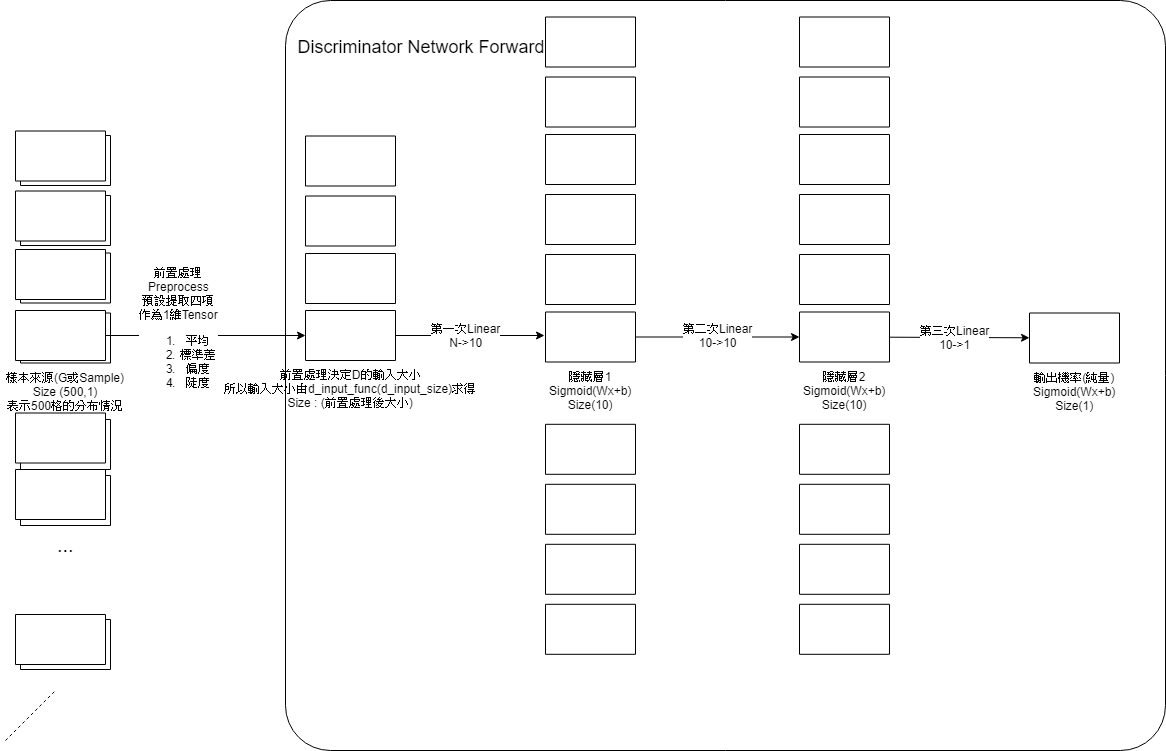
Before: images/discriminator.png, a diagram exported from draw.io (NawaNae/pytorch-generative-adversarial-networks). Source tidied: cells renumbered, new cells last; positions are measured from the earlier drawing's top-left corner, leaving out a move shared by most shapes. Source of this version:
```xml
<mxGraphModel>
  <root>
    <mxCell id="0" />
    <mxCell id="1" parent="0" />
    <mxCell id="2" style="rounded=1;whiteSpace=wrap;html=1;arcSize=6;" parent="1" vertex="1">
      <mxGeometry x="285" width="880" height="750" as="geometry" />
    </mxCell>
    <mxCell id="3" style="group;" parent="1" vertex="1">
      <mxGeometry y="185" width="120" height="80" as="geometry" />
    </mxCell>
    <mxCell id="4" style="verticalLabelPosition=bottom;verticalAlign=top;html=1;shape=mxgraph.basic.rect;fillColor=#ffffff;fillColor2=none;strokeColor=#000000;strokeWidth=1;size=20;indent=5;" parent="1" vertex="1">
      <mxGeometry x="20" y="135" width="90" height="50" as="geometry" />
    </mxCell>
    <mxCell id="5" style="verticalLabelPosition=bottom;verticalAlign=top;html=1;shape=mxgraph.basic.rect;fillColor=#ffffff;fillColor2=none;strokeColor=#000000;strokeWidth=1;size=20;indent=5;" parent="1" vertex="1">
      <mxGeometry x="20" y="195" width="90" height="50" as="geometry" />
    </mxCell>
    <mxCell id="6" style="verticalLabelPosition=bottom;verticalAlign=top;html=1;shape=mxgraph.basic.rect;fillColor=#ffffff;fillColor2=none;strokeColor=#000000;strokeWidth=1;size=20;indent=5;" parent="1" vertex="1">
      <mxGeometry x="20" y="252.5" width="90" height="50" as="geometry" />
    </mxCell>
    <mxCell id="7" value="樣本來源(G或Sample)&lt;br&gt;Size (500,1)&lt;br&gt;表示500格的分布情況&lt;br&gt;" style="verticalLabelPosition=bottom;verticalAlign=top;html=1;shape=mxgraph.basic.rect;fillColor=#ffffff;fillColor2=none;strokeColor=#000000;strokeWidth=1;size=20;indent=5;" parent="1" vertex="1">
      <mxGeometry x="20" y="312.5" width="90" height="50" as="geometry" />
    </mxCell>
    <mxCell id="8" style="verticalLabelPosition=bottom;verticalAlign=top;html=1;shape=mxgraph.basic.rect;fillColor=#ffffff;fillColor2=none;strokeColor=#000000;strokeWidth=1;size=20;indent=5;" parent="1" vertex="1">
      <mxGeometry x="20" y="419" width="90" height="50" as="geometry" />
    </mxCell>
    <mxCell id="9" value="&lt;font style=&quot;font-size: 20px&quot;&gt;...&lt;br&gt;&lt;br&gt;&lt;/font&gt;" style="verticalLabelPosition=bottom;verticalAlign=top;html=1;shape=mxgraph.basic.rect;fillColor=#ffffff;fillColor2=none;strokeColor=#000000;strokeWidth=1;size=20;indent=5;" parent="1" vertex="1">
      <mxGeometry x="20" y="475" width="90" height="50" as="geometry" />
    </mxCell>
    <mxCell id="10" style="verticalLabelPosition=bottom;verticalAlign=top;html=1;shape=mxgraph.basic.rect;fillColor=#ffffff;fillColor2=none;strokeColor=#000000;strokeWidth=1;size=20;indent=5;" parent="1" vertex="1">
      <mxGeometry x="20" y="619" width="90" height="50" as="geometry" />
    </mxCell>
    <mxCell id="11" style="edgeStyle=orthogonalEdgeStyle;rounded=0;jettySize=auto;html=1;entryX=-0.013;entryY=0.474;entryDx=0;entryDy=0;entryPerimeter=0;" parent="1" edge="1" source="13" target="21">
      <mxGeometry relative="1" as="geometry" />
    </mxCell>
    <mxCell id="12" value="第一次Linear&lt;br&gt;N-&amp;gt;10&lt;br&gt;" style="text;html=1;align=center;verticalAlign=middle;labelBackgroundColor=#ffffff;" parent="11" vertex="1">
      <mxGeometry x="-0.2" y="1" relative="1" as="geometry">
        <mxPoint x="11" y="0.5" as="offset" />
      </mxGeometry>
    </mxCell>
    <mxCell id="13" value="前置處理決定D的輸入大小&lt;br&gt;所以輸入大小由d_input_func(d_input_size)求得&lt;br&gt;Size : (前置處理後大小)" style="verticalLabelPosition=bottom;verticalAlign=top;html=1;shape=mxgraph.basic.rect;fillColor=#ffffff;fillColor2=none;strokeColor=#000000;strokeWidth=1;size=20;indent=5;" parent="1" vertex="1">
      <mxGeometry x="305" y="310" width="90" height="50" as="geometry" />
    </mxCell>
    <mxCell id="14" style="verticalLabelPosition=bottom;verticalAlign=top;html=1;shape=mxgraph.basic.rect;fillColor=#ffffff;fillColor2=none;strokeColor=#000000;strokeWidth=1;size=20;indent=5;" parent="1" vertex="1">
      <mxGeometry x="305" y="135.5" width="90" height="50" as="geometry" />
    </mxCell>
    <mxCell id="15" style="verticalLabelPosition=bottom;verticalAlign=top;html=1;shape=mxgraph.basic.rect;fillColor=#ffffff;fillColor2=none;strokeColor=#000000;strokeWidth=1;size=20;indent=5;" parent="1" vertex="1">
      <mxGeometry x="305" y="195.5" width="90" height="50" as="geometry" />
    </mxCell>
    <mxCell id="16" style="verticalLabelPosition=bottom;verticalAlign=top;html=1;shape=mxgraph.basic.rect;fillColor=#ffffff;fillColor2=none;strokeColor=#000000;strokeWidth=1;size=20;indent=5;" parent="1" vertex="1">
      <mxGeometry x="305" y="253" width="90" height="50" as="geometry" />
    </mxCell>
    <mxCell id="17" style="verticalLabelPosition=bottom;verticalAlign=top;html=1;shape=mxgraph.basic.rect;fillColor=#ffffff;fillColor2=none;strokeColor=#000000;strokeWidth=1;size=20;indent=5;" parent="1" vertex="1">
      <mxGeometry x="545" y="194" width="90" height="50" as="geometry" />
    </mxCell>
    <mxCell id="18" style="verticalLabelPosition=bottom;verticalAlign=top;html=1;shape=mxgraph.basic.rect;fillColor=#ffffff;fillColor2=none;strokeColor=#000000;strokeWidth=1;size=20;indent=5;" parent="1" vertex="1">
      <mxGeometry x="545" y="254" width="90" height="50" as="geometry" />
    </mxCell>
    <mxCell id="19" style="edgeStyle=orthogonalEdgeStyle;rounded=0;jettySize=auto;html=1;" parent="1" edge="1" source="21" target="33">
      <mxGeometry relative="1" as="geometry" />
    </mxCell>
    <mxCell id="20" value="第二次Linear&lt;br&gt;10-&amp;gt;10&lt;br&gt;" style="text;html=1;align=center;verticalAlign=middle;labelBackgroundColor=#ffffff;" parent="19" vertex="1">
      <mxGeometry x="-0.32" y="1" relative="1" as="geometry">
        <mxPoint x="26" y="-0.5" as="offset" />
      </mxGeometry>
    </mxCell>
    <mxCell id="21" value="隱藏層1&lt;br&gt;Sigmoid(Wx+b)&lt;br&gt;Size(10)&lt;br&gt;" style="verticalLabelPosition=bottom;verticalAlign=top;html=1;shape=mxgraph.basic.rect;fillColor=#ffffff;fillColor2=none;strokeColor=#000000;strokeWidth=1;size=20;indent=5;" parent="1" vertex="1">
      <mxGeometry x="545" y="311.5" width="90" height="50" as="geometry" />
    </mxCell>
    <mxCell id="22" style="verticalLabelPosition=bottom;verticalAlign=top;html=1;shape=mxgraph.basic.rect;fillColor=#ffffff;fillColor2=none;strokeColor=#000000;strokeWidth=1;size=20;indent=5;" parent="1" vertex="1">
      <mxGeometry x="545" y="16.5" width="90" height="50" as="geometry" />
    </mxCell>
    <mxCell id="23" style="verticalLabelPosition=bottom;verticalAlign=top;html=1;shape=mxgraph.basic.rect;fillColor=#ffffff;fillColor2=none;strokeColor=#000000;strokeWidth=1;size=20;indent=5;" parent="1" vertex="1">
      <mxGeometry x="545" y="76.5" width="90" height="50" as="geometry" />
    </mxCell>
    <mxCell id="24" style="verticalLabelPosition=bottom;verticalAlign=top;html=1;shape=mxgraph.basic.rect;fillColor=#ffffff;fillColor2=none;strokeColor=#000000;strokeWidth=1;size=20;indent=5;" parent="1" vertex="1">
      <mxGeometry x="545" y="134" width="90" height="50" as="geometry" />
    </mxCell>
    <mxCell id="25" style="verticalLabelPosition=bottom;verticalAlign=top;html=1;shape=mxgraph.basic.rect;fillColor=#ffffff;fillColor2=none;strokeColor=#000000;strokeWidth=1;size=20;indent=5;" parent="1" vertex="1">
      <mxGeometry x="545" y="423.8" width="90" height="50" as="geometry" />
    </mxCell>
    <mxCell id="26" style="verticalLabelPosition=bottom;verticalAlign=top;html=1;shape=mxgraph.basic.rect;fillColor=#ffffff;fillColor2=none;strokeColor=#000000;strokeWidth=1;size=20;indent=5;" parent="1" vertex="1">
      <mxGeometry x="545" y="483.8" width="90" height="50" as="geometry" />
    </mxCell>
    <mxCell id="27" style="verticalLabelPosition=bottom;verticalAlign=top;html=1;shape=mxgraph.basic.rect;fillColor=#ffffff;fillColor2=none;strokeColor=#000000;strokeWidth=1;size=20;indent=5;" parent="1" vertex="1">
      <mxGeometry x="545" y="543.8" width="90" height="50" as="geometry" />
    </mxCell>
    <mxCell id="28" style="verticalLabelPosition=bottom;verticalAlign=top;html=1;shape=mxgraph.basic.rect;fillColor=#ffffff;fillColor2=none;strokeColor=#000000;strokeWidth=1;size=20;indent=5;" parent="1" vertex="1">
      <mxGeometry x="545" y="603.8" width="90" height="50" as="geometry" />
    </mxCell>
    <mxCell id="29" style="verticalLabelPosition=bottom;verticalAlign=top;html=1;shape=mxgraph.basic.rect;fillColor=#ffffff;fillColor2=none;strokeColor=#000000;strokeWidth=1;size=20;indent=5;" parent="1" vertex="1">
      <mxGeometry x="799" y="194" width="90" height="50" as="geometry" />
    </mxCell>
    <mxCell id="30" style="verticalLabelPosition=bottom;verticalAlign=top;html=1;shape=mxgraph.basic.rect;fillColor=#ffffff;fillColor2=none;strokeColor=#000000;strokeWidth=1;size=20;indent=5;" parent="1" vertex="1">
      <mxGeometry x="799" y="254" width="90" height="50" as="geometry" />
    </mxCell>
    <mxCell id="31" style="rounded=0;jettySize=auto;html=1;" parent="1" edge="1" source="33" target="41">
      <mxGeometry relative="1" as="geometry" />
    </mxCell>
    <mxCell id="32" value="第三次Linear&lt;br&gt;10-&amp;gt;1&lt;br&gt;" style="text;html=1;align=center;verticalAlign=middle;labelBackgroundColor=#ffffff;" parent="31" vertex="1">
      <mxGeometry x="-0.32" y="-2" relative="1" as="geometry">
        <mxPoint x="18.5" y="-1.5" as="offset" />
      </mxGeometry>
    </mxCell>
    <mxCell id="33" value="隱藏層2&lt;br&gt;Sigmoid(Wx+b)&lt;br&gt;Size(10)&lt;br&gt;" style="verticalLabelPosition=bottom;verticalAlign=top;html=1;shape=mxgraph.basic.rect;fillColor=#ffffff;fillColor2=none;strokeColor=#000000;strokeWidth=1;size=20;indent=5;" parent="1" vertex="1">
      <mxGeometry x="799" y="311.5" width="90" height="50" as="geometry" />
    </mxCell>
    <mxCell id="34" style="verticalLabelPosition=bottom;verticalAlign=top;html=1;shape=mxgraph.basic.rect;fillColor=#ffffff;fillColor2=none;strokeColor=#000000;strokeWidth=1;size=20;indent=5;" parent="1" vertex="1">
      <mxGeometry x="799" y="16.5" width="90" height="50" as="geometry" />
    </mxCell>
    <mxCell id="35" style="verticalLabelPosition=bottom;verticalAlign=top;html=1;shape=mxgraph.basic.rect;fillColor=#ffffff;fillColor2=none;strokeColor=#000000;strokeWidth=1;size=20;indent=5;" parent="1" vertex="1">
      <mxGeometry x="799" y="76.5" width="90" height="50" as="geometry" />
    </mxCell>
    <mxCell id="36" style="verticalLabelPosition=bottom;verticalAlign=top;html=1;shape=mxgraph.basic.rect;fillColor=#ffffff;fillColor2=none;strokeColor=#000000;strokeWidth=1;size=20;indent=5;" parent="1" vertex="1">
      <mxGeometry x="799" y="134" width="90" height="50" as="geometry" />
    </mxCell>
    <mxCell id="37" style="verticalLabelPosition=bottom;verticalAlign=top;html=1;shape=mxgraph.basic.rect;fillColor=#ffffff;fillColor2=none;strokeColor=#000000;strokeWidth=1;size=20;indent=5;" parent="1" vertex="1">
      <mxGeometry x="799" y="423.8" width="90" height="50" as="geometry" />
    </mxCell>
    <mxCell id="38" style="verticalLabelPosition=bottom;verticalAlign=top;html=1;shape=mxgraph.basic.rect;fillColor=#ffffff;fillColor2=none;strokeColor=#000000;strokeWidth=1;size=20;indent=5;" parent="1" vertex="1">
      <mxGeometry x="799" y="483.8" width="90" height="50" as="geometry" />
    </mxCell>
    <mxCell id="39" style="verticalLabelPosition=bottom;verticalAlign=top;html=1;shape=mxgraph.basic.rect;fillColor=#ffffff;fillColor2=none;strokeColor=#000000;strokeWidth=1;size=20;indent=5;" parent="1" vertex="1">
      <mxGeometry x="799" y="543.8" width="90" height="50" as="geometry" />
    </mxCell>
    <mxCell id="40" style="verticalLabelPosition=bottom;verticalAlign=top;html=1;shape=mxgraph.basic.rect;fillColor=#ffffff;fillColor2=none;strokeColor=#000000;strokeWidth=1;size=20;indent=5;" parent="1" vertex="1">
      <mxGeometry x="799" y="603.8" width="90" height="50" as="geometry" />
    </mxCell>
    <mxCell id="41" value="輸出機率(純量)&lt;br&gt;Sigmoid(Wx+b)&lt;br&gt;Size(1)&lt;br&gt;" style="verticalLabelPosition=bottom;verticalAlign=top;html=1;shape=mxgraph.basic.rect;fillColor=#ffffff;fillColor2=none;strokeColor=#000000;strokeWidth=1;size=20;indent=5;" parent="1" vertex="1">
      <mxGeometry x="1029" y="312.5" width="90" height="50" as="geometry" />
    </mxCell>
    <mxCell id="42" style="verticalLabelPosition=bottom;verticalAlign=top;html=1;shape=mxgraph.basic.rect;fillColor=#ffffff;fillColor2=none;strokeColor=#000000;strokeWidth=1;size=20;indent=5;" parent="1" vertex="1">
      <mxGeometry x="15" y="614" width="90" height="50" as="geometry" />
    </mxCell>
    <mxCell id="43" style="verticalLabelPosition=bottom;verticalAlign=top;html=1;shape=mxgraph.basic.rect;fillColor=#ffffff;fillColor2=none;strokeColor=#000000;strokeWidth=1;size=20;indent=5;" parent="1" vertex="1">
      <mxGeometry x="15" y="469" width="90" height="50" as="geometry" />
    </mxCell>
    <mxCell id="44" style="verticalLabelPosition=bottom;verticalAlign=top;html=1;shape=mxgraph.basic.rect;fillColor=#ffffff;fillColor2=none;strokeColor=#000000;strokeWidth=1;size=20;indent=5;" parent="1" vertex="1">
      <mxGeometry x="15" y="412.5" width="90" height="50" as="geometry" />
    </mxCell>
    <mxCell id="45" style="edgeStyle=orthogonalEdgeStyle;rounded=0;jettySize=auto;html=1;entryX=-0.004;entryY=0.5;entryDx=0;entryDy=0;entryPerimeter=0;" parent="1" edge="1" source="47" target="13">
      <mxGeometry relative="1" as="geometry" />
    </mxCell>
    <mxCell id="46" value="&lt;span&gt;前置處理&lt;/span&gt;&lt;br&gt;&lt;span&gt;Preprocess&lt;/span&gt;&lt;br&gt;&lt;span&gt;預設提取四項&lt;/span&gt;&lt;br&gt;&lt;span&gt;作為1維Tensor&lt;/span&gt;&lt;br&gt;&lt;ol&gt;&lt;li&gt;平均&lt;/li&gt;&lt;li&gt;標準差&lt;/li&gt;&lt;li&gt;偏度&lt;/li&gt;&lt;li&gt;陡度&lt;/li&gt;&lt;/ol&gt;" style="text;html=1;align=center;verticalAlign=middle;labelBackgroundColor=#ffffff;" parent="45" vertex="1">
      <mxGeometry x="0.01" y="29" relative="1" as="geometry">
        <mxPoint x="-29" y="28" as="offset" />
      </mxGeometry>
    </mxCell>
    <mxCell id="47" style="verticalLabelPosition=bottom;verticalAlign=top;html=1;shape=mxgraph.basic.rect;fillColor=#ffffff;fillColor2=none;strokeColor=#000000;strokeWidth=1;size=20;indent=5;" parent="1" vertex="1">
      <mxGeometry x="15" y="310" width="90" height="50" as="geometry" />
    </mxCell>
    <mxCell id="48" style="verticalLabelPosition=bottom;verticalAlign=top;html=1;shape=mxgraph.basic.rect;fillColor=#ffffff;fillColor2=none;strokeColor=#000000;strokeWidth=1;size=20;indent=5;" parent="1" vertex="1">
      <mxGeometry x="15" y="249" width="90" height="50" as="geometry" />
    </mxCell>
    <mxCell id="49" style="verticalLabelPosition=bottom;verticalAlign=top;html=1;shape=mxgraph.basic.rect;fillColor=#ffffff;fillColor2=none;strokeColor=#000000;strokeWidth=1;size=20;indent=5;" parent="1" vertex="1">
      <mxGeometry x="15" y="190.5" width="90" height="50" as="geometry" />
    </mxCell>
    <mxCell id="50" style="verticalLabelPosition=bottom;verticalAlign=top;html=1;shape=mxgraph.basic.rect;fillColor=#ffffff;fillColor2=none;strokeColor=#000000;strokeWidth=1;size=20;indent=5;" parent="1" vertex="1">
      <mxGeometry x="15" y="130.5" width="90" height="50" as="geometry" />
    </mxCell>
    <mxCell id="51" value="&lt;font style=&quot;font-size: 18px&quot;&gt;Discriminator Network Forward&lt;/font&gt;" style="text;html=1;strokeColor=none;fillColor=none;align=center;verticalAlign=middle;whiteSpace=wrap;rounded=0;" parent="1" vertex="1">
      <mxGeometry x="285" y="16.5" width="270" height="60" as="geometry" />
    </mxCell>
    <mxCell id="52" style="endArrow=none;dashed=1;html=1;" parent="1" edge="1">
      <mxGeometry relative="1" as="geometry">
        <mxPoint x="5" y="740" as="sourcePoint" />
        <mxPoint x="55" y="690" as="targetPoint" />
      </mxGeometry>
    </mxCell>
  </root>
</mxGraphModel>
```
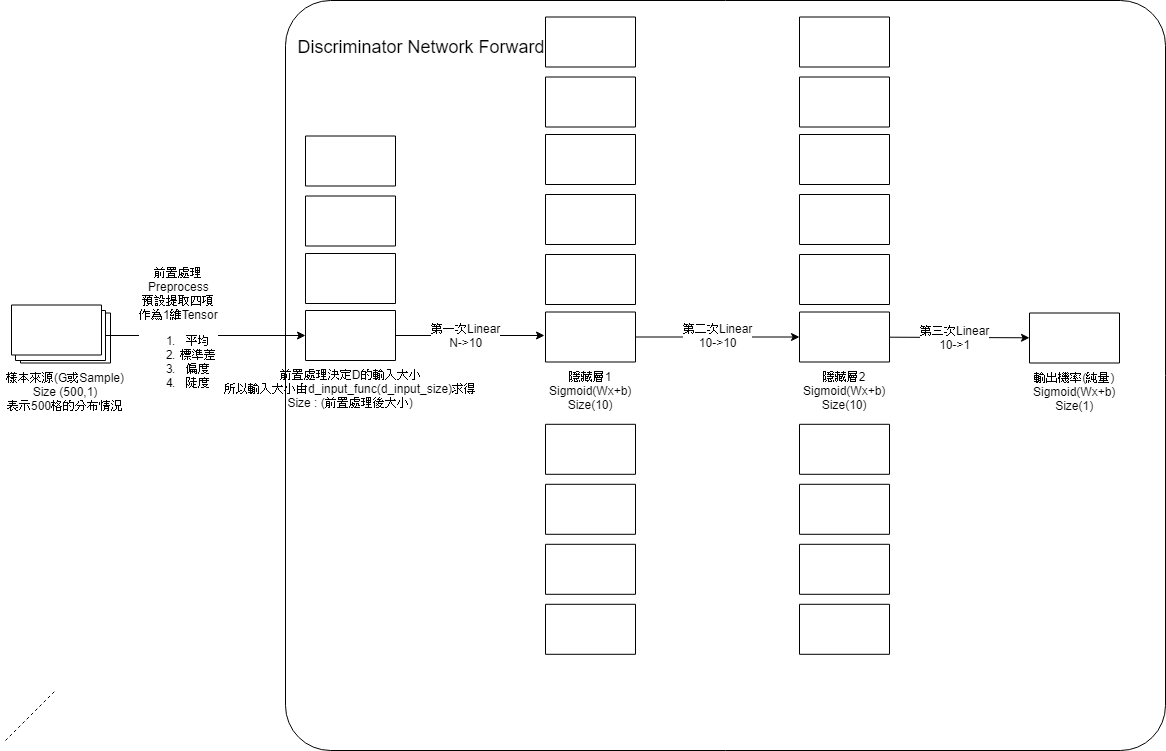
The same diagram one commit later.

Diff of the diagram source:
```diff
@@ -8,27 +8,9 @@
     <mxCell id="3" style="group;" parent="1" vertex="1">
       <mxGeometry y="185" width="120" height="80" as="geometry" />
     </mxCell>
-    <mxCell id="4" style="verticalLabelPosition=bottom;verticalAlign=top;html=1;shape=mxgraph.basic.rect;fillColor=#ffffff;fillColor2=none;strokeColor=#000000;strokeWidth=1;size=20;indent=5;" parent="1" vertex="1">
-      <mxGeometry x="20" y="135" width="90" height="50" as="geometry" />
-    </mxCell>
-    <mxCell id="5" style="verticalLabelPosition=bottom;verticalAlign=top;html=1;shape=mxgraph.basic.rect;fillColor=#ffffff;fillColor2=none;strokeColor=#000000;strokeWidth=1;size=20;indent=5;" parent="1" vertex="1">
-      <mxGeometry x="20" y="195" width="90" height="50" as="geometry" />
-    </mxCell>
-    <mxCell id="6" style="verticalLabelPosition=bottom;verticalAlign=top;html=1;shape=mxgraph.basic.rect;fillColor=#ffffff;fillColor2=none;strokeColor=#000000;strokeWidth=1;size=20;indent=5;" parent="1" vertex="1">
-      <mxGeometry x="20" y="252.5" width="90" height="50" as="geometry" />
-    </mxCell>
     <mxCell id="7" value="樣本來源(G或Sample)&lt;br&gt;Size (500,1)&lt;br&gt;表示500格的分布情況&lt;br&gt;" style="verticalLabelPosition=bottom;verticalAlign=top;html=1;shape=mxgraph.basic.rect;fillColor=#ffffff;fillColor2=none;strokeColor=#000000;strokeWidth=1;size=20;indent=5;" parent="1" vertex="1">
       <mxGeometry x="20" y="312.5" width="90" height="50" as="geometry" />
     </mxCell>
-    <mxCell id="8" style="verticalLabelPosition=bottom;verticalAlign=top;html=1;shape=mxgraph.basic.rect;fillColor=#ffffff;fillColor2=none;strokeColor=#000000;strokeWidth=1;size=20;indent=5;" parent="1" vertex="1">
-      <mxGeometry x="20" y="419" width="90" height="50" as="geometry" />
-    </mxCell>
-    <mxCell id="9" value="&lt;font style=&quot;font-size: 20px&quot;&gt;...&lt;br&gt;&lt;br&gt;&lt;/font&gt;" style="verticalLabelPosition=bottom;verticalAlign=top;html=1;shape=mxgraph.basic.rect;fillColor=#ffffff;fillColor2=none;strokeColor=#000000;strokeWidth=1;size=20;indent=5;" parent="1" vertex="1">
-      <mxGeometry x="20" y="475" width="90" height="50" as="geometry" />
-    </mxCell>
-    <mxCell id="10" style="verticalLabelPosition=bottom;verticalAlign=top;html=1;shape=mxgraph.basic.rect;fillColor=#ffffff;fillColor2=none;strokeColor=#000000;strokeWidth=1;size=20;indent=5;" parent="1" vertex="1">
-      <mxGeometry x="20" y="619" width="90" height="50" as="geometry" />
-    </mxCell>
     <mxCell id="11" style="edgeStyle=orthogonalEdgeStyle;rounded=0;jettySize=auto;html=1;entryX=-0.013;entryY=0.474;entryDx=0;entryDy=0;entryPerimeter=0;" parent="1" edge="1" source="13" target="21">
       <mxGeometry relative="1" as="geometry" />
     </mxCell>
@@ -128,15 +110,6 @@
     <mxCell id="41" value="輸出機率(純量)&lt;br&gt;Sigmoid(Wx+b)&lt;br&gt;Size(1)&lt;br&gt;" style="verticalLabelPosition=bottom;verticalAlign=top;html=1;shape=mxgraph.basic.rect;fillColor=#ffffff;fillColor2=none;strokeColor=#000000;strokeWidth=1;size=20;indent=5;" parent="1" vertex="1">
       <mxGeometry x="1029" y="312.5" width="90" height="50" as="geometry" />
     </mxCell>
-    <mxCell id="42" style="verticalLabelPosition=bottom;verticalAlign=top;html=1;shape=mxgraph.basic.rect;fillColor=#ffffff;fillColor2=none;strokeColor=#000000;strokeWidth=1;size=20;indent=5;" parent="1" vertex="1">
-      <mxGeometry x="15" y="614" width="90" height="50" as="geometry" />
-    </mxCell>
-    <mxCell id="43" style="verticalLabelPosition=bottom;verticalAlign=top;html=1;shape=mxgraph.basic.rect;fillColor=#ffffff;fillColor2=none;strokeColor=#000000;strokeWidth=1;size=20;indent=5;" parent="1" vertex="1">
-      <mxGeometry x="15" y="469" width="90" height="50" as="geometry" />
-    </mxCell>
-    <mxCell id="44" style="verticalLabelPosition=bottom;verticalAlign=top;html=1;shape=mxgraph.basic.rect;fillColor=#ffffff;fillColor2=none;strokeColor=#000000;strokeWidth=1;size=20;indent=5;" parent="1" vertex="1">
-      <mxGeometry x="15" y="412.5" width="90" height="50" as="geometry" />
-    </mxCell>
     <mxCell id="45" style="edgeStyle=orthogonalEdgeStyle;rounded=0;jettySize=auto;html=1;entryX=-0.004;entryY=0.5;entryDx=0;entryDy=0;entryPerimeter=0;" parent="1" edge="1" source="47" target="13">
       <mxGeometry relative="1" as="geometry" />
     </mxCell>
@@ -148,15 +121,6 @@
     <mxCell id="47" style="verticalLabelPosition=bottom;verticalAlign=top;html=1;shape=mxgraph.basic.rect;fillColor=#ffffff;fillColor2=none;strokeColor=#000000;strokeWidth=1;size=20;indent=5;" parent="1" vertex="1">
       <mxGeometry x="15" y="310" width="90" height="50" as="geometry" />
     </mxCell>
-    <mxCell id="48" style="verticalLabelPosition=bottom;verticalAlign=top;html=1;shape=mxgraph.basic.rect;fillColor=#ffffff;fillColor2=none;strokeColor=#000000;strokeWidth=1;size=20;indent=5;" parent="1" vertex="1">
-      <mxGeometry x="15" y="249" width="90" height="50" as="geometry" />
-    </mxCell>
-    <mxCell id="49" style="verticalLabelPosition=bottom;verticalAlign=top;html=1;shape=mxgraph.basic.rect;fillColor=#ffffff;fillColor2=none;strokeColor=#000000;strokeWidth=1;size=20;indent=5;" parent="1" vertex="1">
-      <mxGeometry x="15" y="190.5" width="90" height="50" as="geometry" />
-    </mxCell>
-    <mxCell id="50" style="verticalLabelPosition=bottom;verticalAlign=top;html=1;shape=mxgraph.basic.rect;fillColor=#ffffff;fillColor2=none;strokeColor=#000000;strokeWidth=1;size=20;indent=5;" parent="1" vertex="1">
-      <mxGeometry x="15" y="130.5" width="90" height="50" as="geometry" />
-    </mxCell>
     <mxCell id="51" value="&lt;font style=&quot;font-size: 18px&quot;&gt;Discriminator Network Forward&lt;/font&gt;" style="text;html=1;strokeColor=none;fillColor=none;align=center;verticalAlign=middle;whiteSpace=wrap;rounded=0;" parent="1" vertex="1">
       <mxGeometry x="285" y="16.5" width="270" height="60" as="geometry" />
     </mxCell>
@@ -166,5 +130,8 @@
         <mxPoint x="55" y="690" as="targetPoint" />
       </mxGeometry>
     </mxCell>
+    <mxCell id="53" style="verticalLabelPosition=bottom;verticalAlign=top;html=1;shape=mxgraph.basic.rect;fillColor=#ffffff;fillColor2=none;strokeColor=#000000;strokeWidth=1;size=20;indent=5;" parent="1" vertex="1">
+      <mxGeometry x="11" y="304.5" width="90" height="50" as="geometry" />
+    </mxCell>
   </root>
 </mxGraphModel>
```
